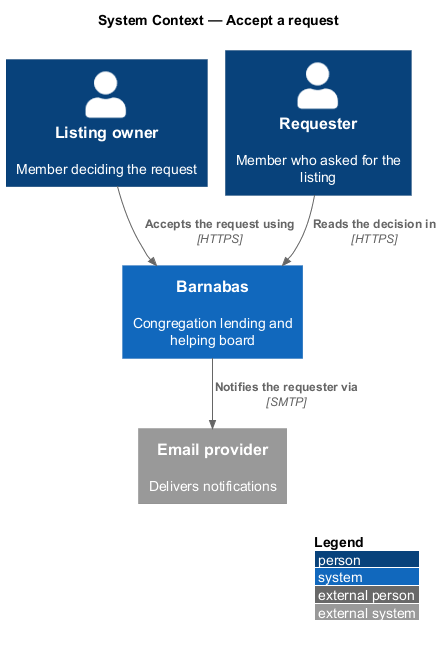
The PlantUML diagram docs/detailed-designs/requests/accept-a-request/diagrams/c4-context.png in QuinntyneBrown/Barnabas, before a commit. Source of this version:
```plantuml
@startuml
!pragma layout smetana
!include <C4/C4_Context>
LAYOUT_WITH_LEGEND()
title System Context — Accept a request

Person(owner, "Listing owner", "Member deciding the request")
Person(requester, "Requester", "Member who asked for the listing")
System(barnabas, "Barnabas", "Congregation lending and helping board")
System_Ext(email, "Email provider", "Delivers notifications")

Rel(owner, barnabas, "Accepts the request using", "HTTPS")
Rel(barnabas, email, "Notifies the requester via", "SMTP")
Rel(requester, barnabas, "Reads the decision in", "HTTPS")
@enduml
```
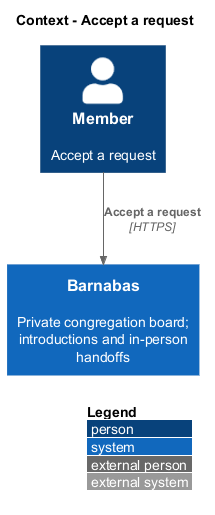
Later version of the same file.

What changed in the source:
```diff
@@ -1,15 +1,8 @@
 @startuml
-!pragma layout smetana
 !include <C4/C4_Context>
 LAYOUT_WITH_LEGEND()
-title System Context — Accept a request
-
-Person(owner, "Listing owner", "Member deciding the request")
-Person(requester, "Requester", "Member who asked for the listing")
-System(barnabas, "Barnabas", "Congregation lending and helping board")
-System_Ext(email, "Email provider", "Delivers notifications")
-
-Rel(owner, barnabas, "Accepts the request using", "HTTPS")
-Rel(barnabas, email, "Notifies the requester via", "SMTP")
-Rel(requester, barnabas, "Reads the decision in", "HTTPS")
+title Context - Accept a request
+Person(actor, "Member", "Accept a request")
+System(barnabas, "Barnabas", "Private congregation board; introductions and in-person handoffs")
+Rel(actor, barnabas, "Accept a request", "HTTPS")
 @enduml
```
